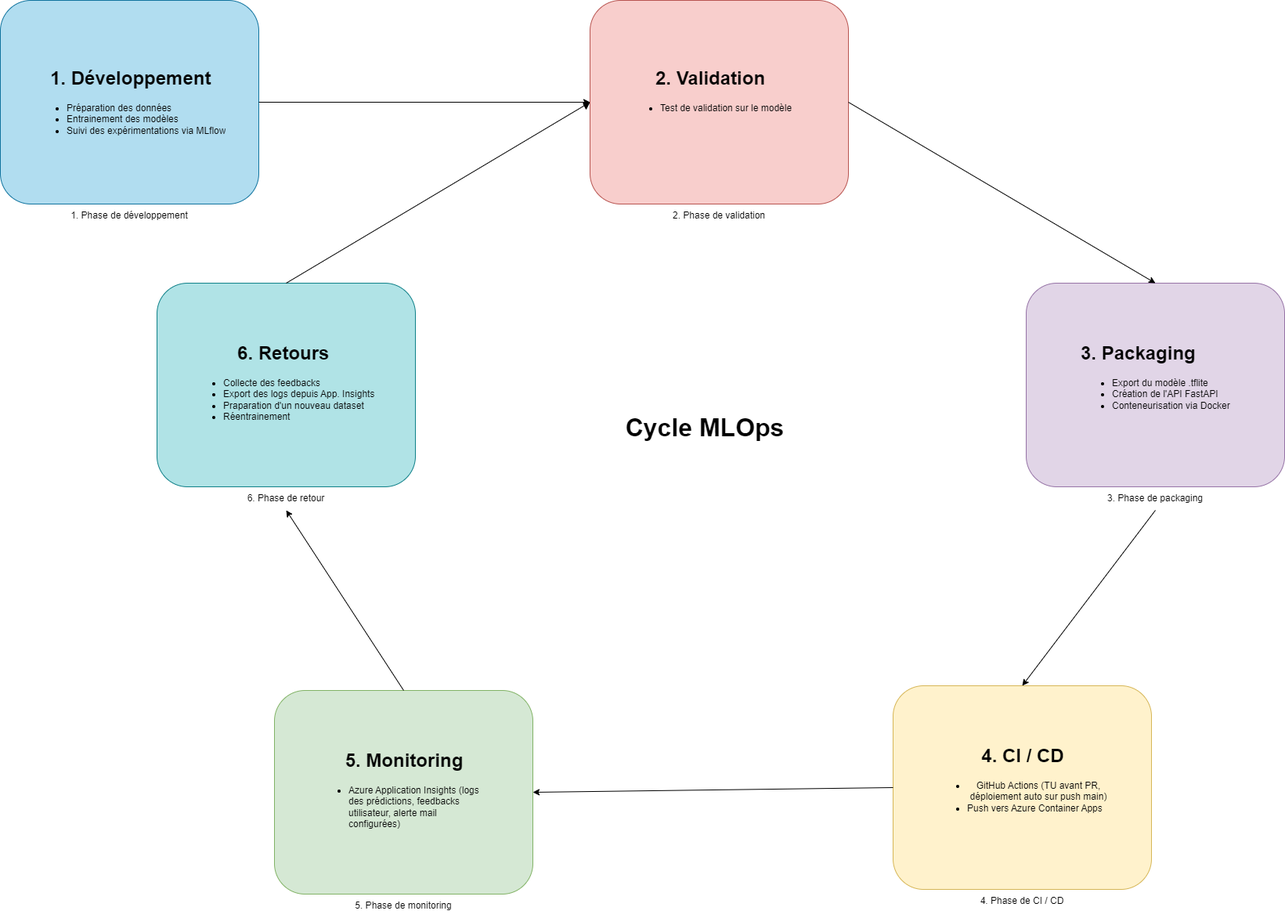
This is images/cycleMLOps.png from joelle-jnbaptiste/AnalyseSentimentArticle, a draw.io export, as it was before one commit. Source tidied: cells renumbered, new cells last; positions are measured from the earlier drawing's top-left corner, leaving out a move shared by most shapes.
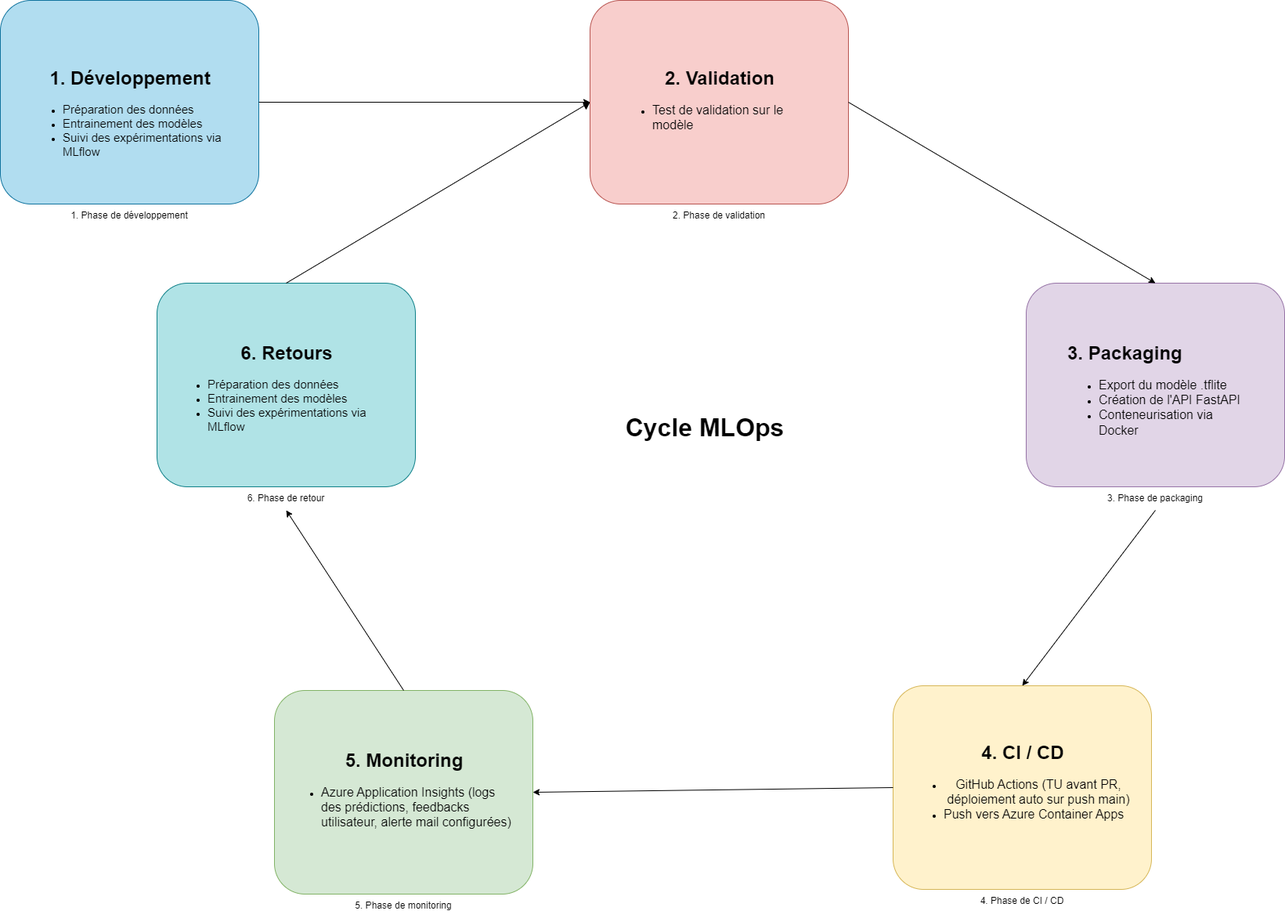
After the commit.

Change to the diagram source:
```diff
@@ -37,26 +37,26 @@
     <mxCell id="12" value="5. Phase de monitoring" style="text;html=1;strokeColor=none;fillColor=none;align=center;verticalAlign=middle;whiteSpace=wrap;rounded=0;" parent="1" vertex="1">
       <mxGeometry x="430" y="1141" width="170" height="30" as="geometry" />
     </mxCell>
-    <mxCell id="13" value="&lt;h1 style=&quot;text-align: center;&quot;&gt;1. Développement&lt;/h1&gt;&lt;p&gt;&lt;/p&gt;&lt;ul&gt;&lt;li&gt;Préparation des données&lt;/li&gt;&lt;li&gt;Entrainement des modèles&lt;/li&gt;&lt;li&gt;Suivi des expérimentations via MLflow&lt;/li&gt;&lt;/ul&gt;&lt;p&gt;&lt;/p&gt;" style="text;html=1;strokeColor=none;fillColor=none;spacing=5;spacingTop=-20;whiteSpace=wrap;overflow=hidden;rounded=0;" parent="1" vertex="1">
-      <mxGeometry x="40" y="80" width="260" height="120" as="geometry" />
+    <mxCell id="13" value="&lt;h1 style=&quot;text-align: center;&quot;&gt;1. Développement&lt;/h1&gt;&lt;p&gt;&lt;/p&gt;&lt;ul&gt;&lt;li&gt;&lt;font style=&quot;font-size: 15px;&quot;&gt;Préparation des données&lt;/font&gt;&lt;/li&gt;&lt;li&gt;&lt;font style=&quot;font-size: 15px;&quot;&gt;Entrainement des modèles&lt;/font&gt;&lt;/li&gt;&lt;li&gt;&lt;font style=&quot;font-size: 15px;&quot;&gt;Suivi des expérimentations via MLflow&lt;/font&gt;&lt;/li&gt;&lt;/ul&gt;&lt;p&gt;&lt;/p&gt;" style="text;html=1;strokeColor=none;fillColor=none;spacing=5;spacingTop=-20;whiteSpace=wrap;overflow=hidden;rounded=0;" parent="1" vertex="1">
+      <mxGeometry x="35" y="80" width="260" height="120" as="geometry" />
     </mxCell>
-    <mxCell id="14" value="&lt;h1 style=&quot;text-align: center;&quot;&gt;2. Validation&lt;/h1&gt;&lt;p&gt;&lt;/p&gt;&lt;ul&gt;&lt;li&gt;Test de validation sur le modèle&lt;/li&gt;&lt;/ul&gt;&lt;p&gt;&lt;/p&gt;" style="text;html=1;strokeColor=none;fillColor=none;spacing=5;spacingTop=-20;whiteSpace=wrap;overflow=hidden;rounded=0;" parent="1" vertex="1">
-      <mxGeometry x="798" y="80" width="260" height="120" as="geometry" />
+    <mxCell id="14" value="&lt;h1 style=&quot;text-align: center;&quot;&gt;2. Validation&lt;/h1&gt;&lt;p&gt;&lt;/p&gt;&lt;ul&gt;&lt;li&gt;&lt;font style=&quot;font-size: 16px;&quot;&gt;Test de validation sur le modèle&lt;/font&gt;&lt;/li&gt;&lt;/ul&gt;&lt;p&gt;&lt;/p&gt;" style="text;html=1;strokeColor=none;fillColor=none;spacing=5;spacingTop=-20;whiteSpace=wrap;overflow=hidden;rounded=0;" parent="1" vertex="1">
+      <mxGeometry x="788" y="80" width="260" height="120" as="geometry" />
     </mxCell>
-    <mxCell id="15" value="&lt;h1&gt;3. Packaging&lt;/h1&gt;&lt;p&gt;&lt;/p&gt;&lt;ul&gt;&lt;li&gt;Export du modèle .tflite&lt;/li&gt;&lt;li&gt;Création de l'API FastAPI&lt;/li&gt;&lt;li&gt;Conteneurisation via Docker&lt;/li&gt;&lt;/ul&gt;&lt;p&gt;&lt;/p&gt;" style="text;html=1;strokeColor=none;fillColor=none;spacing=5;spacingTop=-20;whiteSpace=wrap;overflow=hidden;rounded=0;" parent="1" vertex="1">
-      <mxGeometry x="1375" y="431" width="200" height="120" as="geometry" />
+    <mxCell id="15" value="&lt;h1&gt;3. Packaging&lt;/h1&gt;&lt;p&gt;&lt;/p&gt;&lt;ul&gt;&lt;li&gt;&lt;font style=&quot;font-size: 16px;&quot;&gt;Export du modèle .tflite&lt;/font&gt;&lt;/li&gt;&lt;li&gt;&lt;font style=&quot;font-size: 16px;&quot;&gt;Création de l'API FastAPI&lt;/font&gt;&lt;/li&gt;&lt;li&gt;&lt;font style=&quot;font-size: 16px;&quot;&gt;Conteneurisation via Docker&lt;/font&gt;&lt;/li&gt;&lt;/ul&gt;&lt;p&gt;&lt;/p&gt;" style="text;html=1;strokeColor=none;fillColor=none;spacing=5;spacingTop=-20;whiteSpace=wrap;overflow=hidden;rounded=0;" parent="1" vertex="1">
+      <mxGeometry x="1357.5" y="431" width="235" height="130" as="geometry" />
     </mxCell>
-    <mxCell id="16" value="&lt;h1 style=&quot;text-align: center;&quot;&gt;4. CI / CD&lt;/h1&gt;&lt;p&gt;&lt;/p&gt;&lt;ul&gt;&lt;li style=&quot;text-align: center;&quot;&gt;GitHub Actions (TU avant PR, déploiement auto sur push main)&lt;/li&gt;&lt;li&gt;Push vers Azure Container Apps&lt;/li&gt;&lt;/ul&gt;&lt;p&gt;&lt;/p&gt;" style="text;html=1;strokeColor=none;fillColor=none;spacing=5;spacingTop=-20;whiteSpace=wrap;overflow=hidden;rounded=0;" parent="1" vertex="1">
-      <mxGeometry x="1190" y="945" width="230" height="120" as="geometry" />
+    <mxCell id="16" value="&lt;h1 style=&quot;text-align: center;&quot;&gt;4. CI / CD&lt;/h1&gt;&lt;p&gt;&lt;/p&gt;&lt;ul&gt;&lt;li style=&quot;text-align: center;&quot;&gt;&lt;font style=&quot;font-size: 16px;&quot;&gt;GitHub Actions (TU avant PR, déploiement auto sur push main)&lt;/font&gt;&lt;/li&gt;&lt;li&gt;&lt;font style=&quot;font-size: 16px;&quot;&gt;Push vers Azure Container Apps&lt;/font&gt;&lt;/li&gt;&lt;/ul&gt;&lt;p&gt;&lt;/p&gt;" style="text;html=1;strokeColor=none;fillColor=none;spacing=5;spacingTop=-20;whiteSpace=wrap;overflow=hidden;rounded=0;" parent="1" vertex="1">
+      <mxGeometry x="1160" y="941" width="290" height="166" as="geometry" />
     </mxCell>
-    <mxCell id="17" value="&lt;h1 style=&quot;text-align: center;&quot;&gt;5. Monitoring&lt;/h1&gt;&lt;p&gt;&lt;/p&gt;&lt;ul&gt;&lt;li&gt;Azure Application Insights (logs des prédictions, feedbacks utilisateur, alerte mail configurées)&lt;/li&gt;&lt;/ul&gt;&lt;p&gt;&lt;/p&gt;" style="text;html=1;strokeColor=none;fillColor=none;spacing=5;spacingTop=-20;whiteSpace=wrap;overflow=hidden;rounded=0;" parent="1" vertex="1">
-      <mxGeometry x="400" y="951" width="230" height="120" as="geometry" />
+    <mxCell id="17" value="&lt;h1 style=&quot;text-align: center;&quot;&gt;5. Monitoring&lt;/h1&gt;&lt;p&gt;&lt;/p&gt;&lt;ul&gt;&lt;li&gt;&lt;font style=&quot;font-size: 16px;&quot;&gt;Azure Application Insights (logs des prédictions, feedbacks utilisateur, alerte mail configurées)&lt;/font&gt;&lt;/li&gt;&lt;/ul&gt;&lt;p&gt;&lt;/p&gt;" style="text;html=1;strokeColor=none;fillColor=none;spacing=5;spacingTop=-20;whiteSpace=wrap;overflow=hidden;rounded=0;" parent="1" vertex="1">
+      <mxGeometry x="365" y="951" width="300" height="120" as="geometry" />
     </mxCell>
     <mxCell id="18" style="rounded=1;whiteSpace=wrap;html=1;fillColor=#b0e3e6;strokeColor=#0e8088;" parent="1" vertex="1">
       <mxGeometry x="200" y="361" width="330" height="260" as="geometry" />
     </mxCell>
-    <mxCell id="19" value="&lt;h1 style=&quot;text-align: center;&quot;&gt;6. Retours&lt;/h1&gt;&lt;p&gt;&lt;/p&gt;&lt;ul&gt;&lt;li&gt;Collecte des feedbacks&lt;/li&gt;&lt;li&gt;Export des logs depuis App. Insights&lt;/li&gt;&lt;li&gt;Praparation d'un nouveau dataset&lt;/li&gt;&lt;li&gt;Réentrainement&lt;/li&gt;&lt;/ul&gt;&lt;p&gt;&lt;/p&gt;" style="text;html=1;strokeColor=none;fillColor=none;spacing=5;spacingTop=-20;whiteSpace=wrap;overflow=hidden;rounded=0;" parent="1" vertex="1">
-      <mxGeometry x="240" y="431" width="250" height="120" as="geometry" />
+    <mxCell id="19" value="&lt;h1 style=&quot;text-align: center;&quot;&gt;6. Retours&lt;/h1&gt;&lt;p&gt;&lt;/p&gt;&lt;ul&gt;&lt;li&gt;&lt;font style=&quot;font-size: 15px;&quot;&gt;Préparation des données&lt;/font&gt;&lt;/li&gt;&lt;li&gt;&lt;font style=&quot;font-size: 15px;&quot;&gt;Entrainement des modèles&lt;/font&gt;&lt;/li&gt;&lt;li&gt;&lt;font style=&quot;font-size: 15px;&quot;&gt;Suivi des expérimentations via MLflow&lt;/font&gt;&lt;/li&gt;&lt;/ul&gt;&lt;p&gt;&lt;/p&gt;" style="text;html=1;strokeColor=none;fillColor=none;spacing=5;spacingTop=-20;whiteSpace=wrap;overflow=hidden;rounded=0;" parent="1" vertex="1">
+      <mxGeometry x="220" y="431" width="290" height="120" as="geometry" />
     </mxCell>
     <mxCell id="20" value="6. Phase de retour" style="text;html=1;strokeColor=none;fillColor=none;align=center;verticalAlign=middle;whiteSpace=wrap;rounded=0;" parent="1" vertex="1">
       <mxGeometry x="280" y="621" width="170" height="30" as="geometry" />
```
